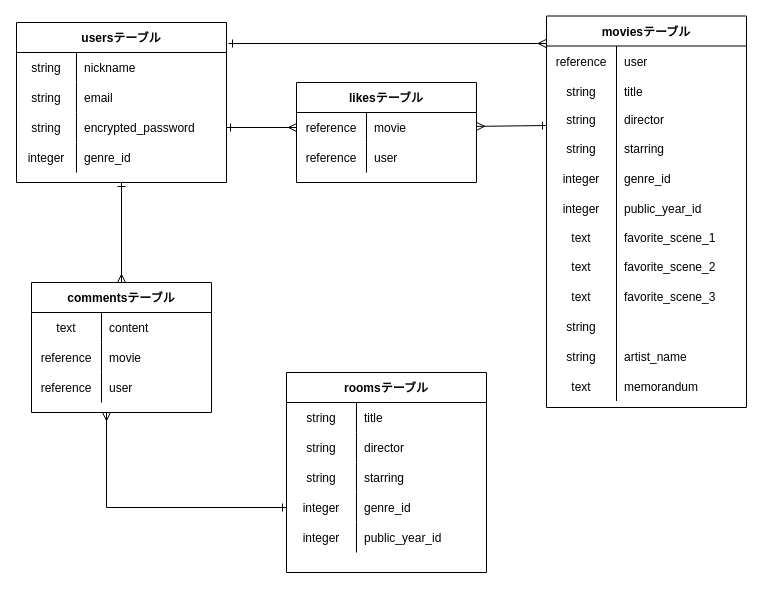
Before: page "ページ1" (1 of 2) of test.dio in iorrittle/My-movies-collection, a draw.io diagram. Source tidied: cells renumbered, new cells numbered last; positions are measured from the earlier drawing's top-left corner, leaving out a move shared by most shapes. Both pictures are drawn from the tidied source at 100%, with x=0, y=0 at pixel (16, 16).
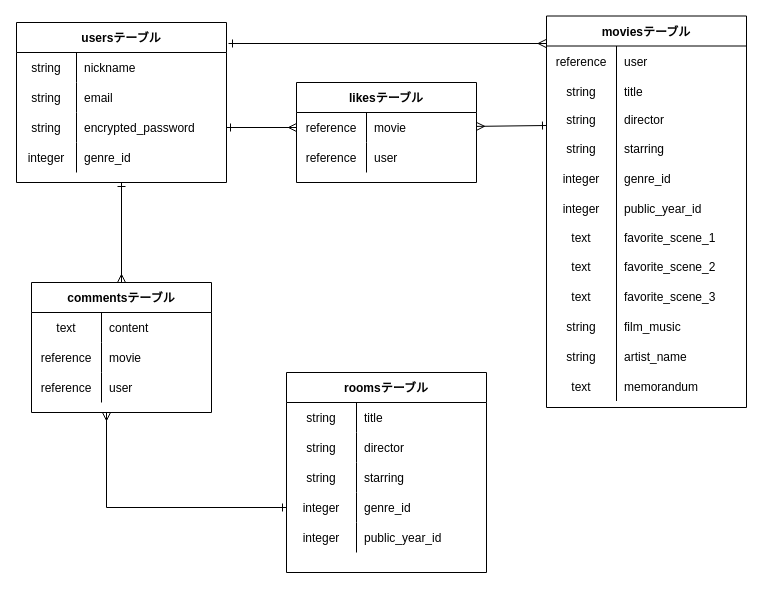
The same diagram, later.

Unchanged cells that the change refers to:
```xml
<mxCell id="44" style="shape=partialRectangle;fillColor=none;top=0;left=0;bottom=0;right=0;" parent="16" vertex="1">
  <mxGeometry y="295" width="200" height="30" as="geometry" />
</mxCell>
```

What changed in the source:
```diff
@@
-    <mxCell id="46" style="shape=partialRectangle;fillColor=none;top=0;left=0;bottom=0;right=0;align=left;spacingLeft=6;overflow=hidden;" parent="44" vertex="1">
+    <mxCell id="46" value="film_music" style="shape=partialRectangle;fillColor=none;top=0;left=0;bottom=0;right=0;align=left;spacingLeft=6;overflow=hidden;" parent="44" vertex="1">
       <mxGeometry x="70" width="130" height="30" as="geometry" />
     </mxCell>
```
